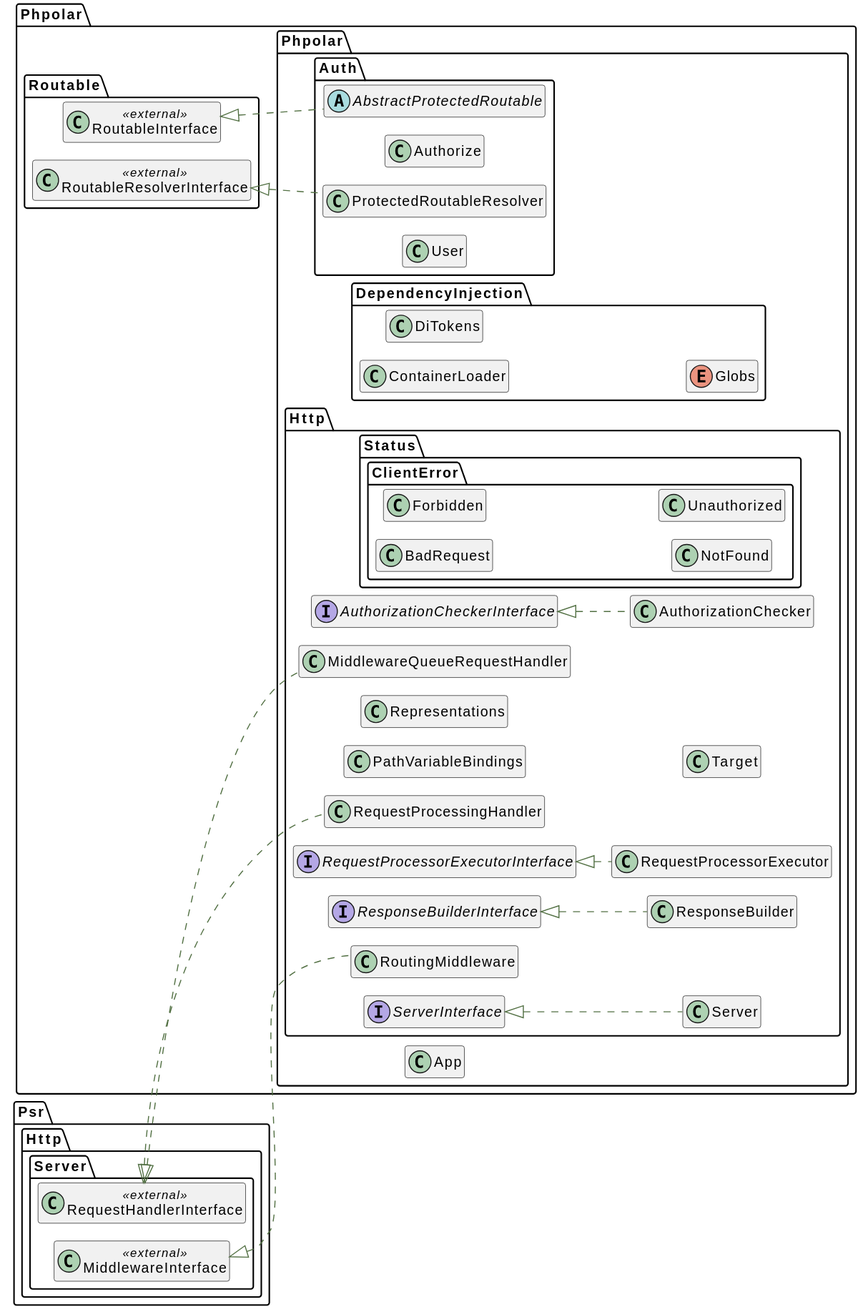
phpolar/phpolar keeps this PlantUML diagram as docs/graphs/classes.svg. Above is the earlier version.
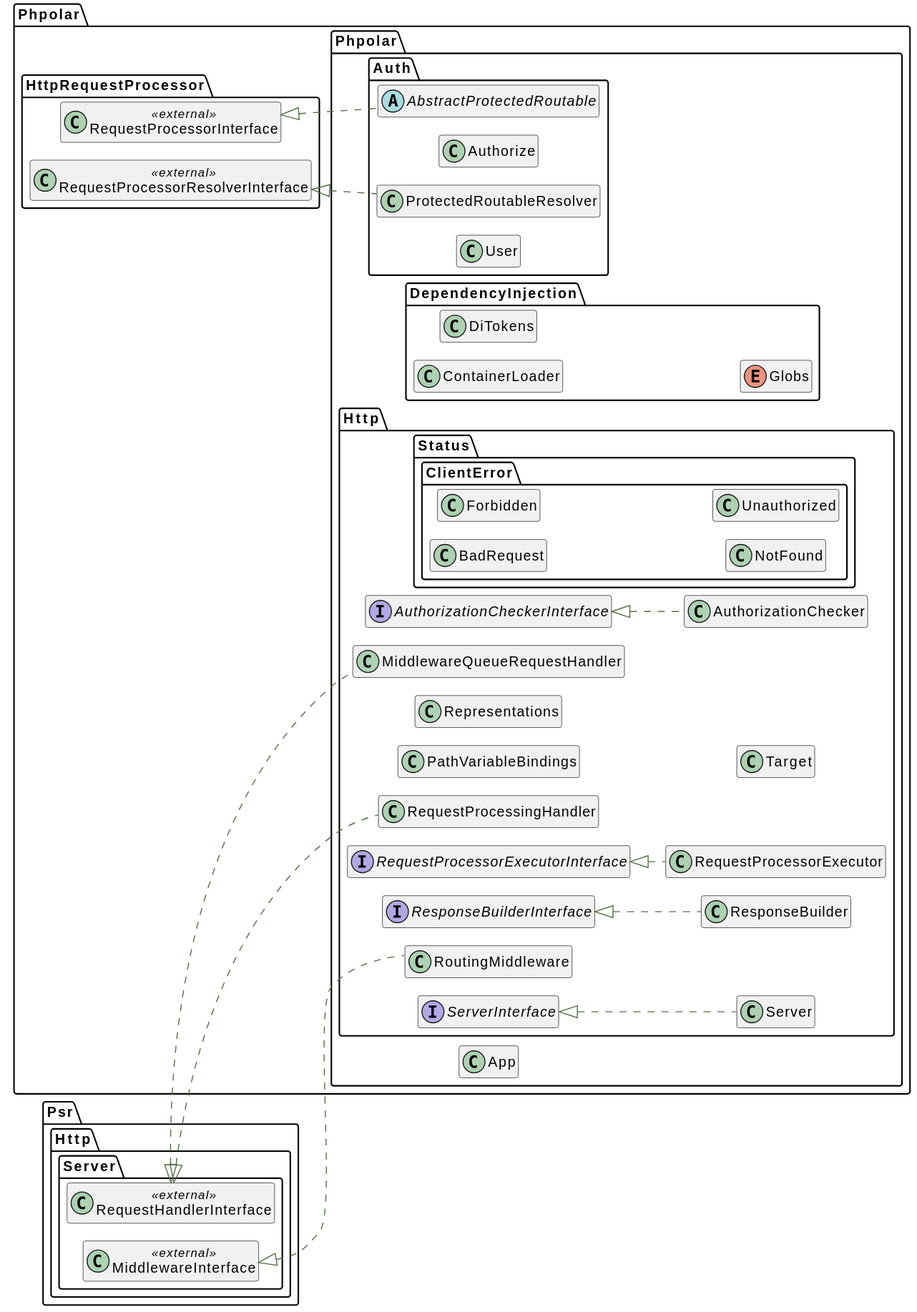
The same diagram one commit later.

Change to the diagram source:
```diff
@@ -17,24 +17,24 @@
      class "App" as App__class    {
     }
 }
-namespace Phpolar\\Routable {
-    class "RoutableInterface" as RoutableInterface__class << external >>{
+namespace Phpolar\\HttpRequestProcessor {
+    class "RequestProcessorInterface" as RequestProcessorInterface__class << external >>{
     }
 }
 namespace Phpolar\\Phpolar\\Auth {
-    abstract  class "AbstractProtectedRoutable" as AbstractProtectedRoutable__class    implements \\Phpolar\\Routable\\RoutableInterface__class {
+    abstract  class "AbstractProtectedRoutable" as AbstractProtectedRoutable__class    implements \\Phpolar\\HttpRequestProcessor\\RequestProcessorInterface__class {
     }
 }
 namespace Phpolar\\Phpolar\\Auth {
      class "Authorize" as Authorize__class    {
     }
 }
-namespace Phpolar\\Routable {
-    class "RoutableResolverInterface" as RoutableResolverInterface__class << external >>{
+namespace Phpolar\\HttpRequestProcessor {
+    class "RequestProcessorResolverInterface" as RequestProcessorResolverInterface__class << external >>{
     }
 }
 namespace Phpolar\\Phpolar\\Auth {
-     class "ProtectedRoutableResolver" as ProtectedRoutableResolver__class    implements \\Phpolar\\Routable\\RoutableResolverInterface__class {
+     class "ProtectedRoutableResolver" as ProtectedRoutableResolver__class    implements \\Phpolar\\HttpRequestProcessor\\RequestProcessorResolverInterface__class {
     }
 }
 namespace Phpolar\\Phpolar\\Auth {
```
